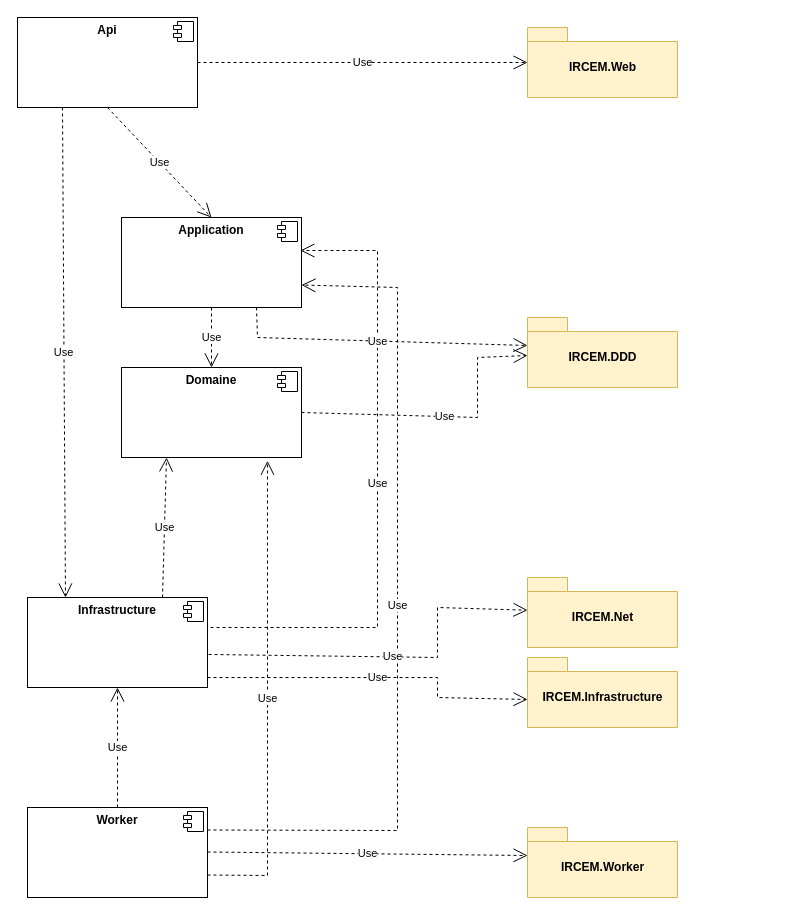
franck-gaspoz/DDD keeps this draw.io diagram as dépendances projets - nugets.drawio. Above is the earlier version. Source tidied: cells renumbered, new cells numbered last; positions are measured from the earlier drawing's top-left corner, leaving out a move shared by most shapes. Both pictures are drawn from the tidied source at 100%, with x=0, y=0 at pixel (17, 17).
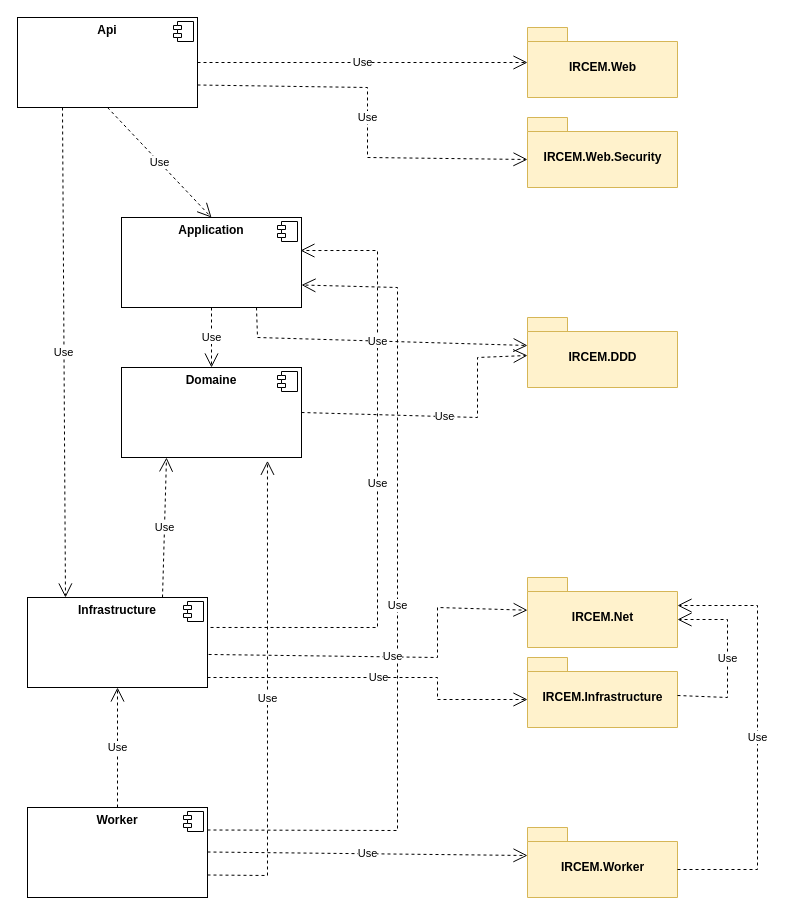
Above is the later version.

Commit message:
Mettre à jour dépendances projets - nugets.drawio

Unchanged cells that the change refers to:
```xml
<mxCell id="2" value="&lt;p style=&quot;margin:0px;margin-top:6px;text-align:center;&quot;&gt;&lt;b&gt;Api&lt;/b&gt;&lt;/p&gt;&lt;p style=&quot;margin:0px;margin-top:6px;text-align:center;&quot;&gt;&lt;b&gt;&lt;br&gt;&lt;/b&gt;&lt;/p&gt;" style="align=left;overflow=fill;html=1;" parent="1" vertex="1">
  <mxGeometry width="180" height="90" as="geometry" />
</mxCell>
<mxCell id="17" value="IRCEM.Net&lt;br&gt;" style="shape=folder;fontStyle=1;spacingTop=10;tabWidth=40;tabHeight=14;tabPosition=left;html=1;fillColor=#fff2cc;strokeColor=#d6b656;" parent="1" vertex="1">
  <mxGeometry x="510" y="560" width="150" height="70" as="geometry" />
</mxCell>
<mxCell id="18" value="IRCEM.Infrastructure&lt;br&gt;" style="shape=folder;fontStyle=1;spacingTop=10;tabWidth=40;tabHeight=14;tabPosition=left;html=1;fillColor=#fff2cc;strokeColor=#d6b656;" parent="1" vertex="1">
  <mxGeometry x="510" y="640" width="150" height="70" as="geometry" />
</mxCell>
<mxCell id="19" value="IRCEM.Worker&lt;br&gt;" style="shape=folder;fontStyle=1;spacingTop=10;tabWidth=40;tabHeight=14;tabPosition=left;html=1;fillColor=#fff2cc;strokeColor=#d6b656;" parent="1" vertex="1">
  <mxGeometry x="510" y="810" width="150" height="70" as="geometry" />
</mxCell>
```

The edit, as a diff of the source:
```diff
@@
     <mxCell id="29" value="Use" style="endArrow=open;endSize=12;dashed=1;html=1;rounded=0;entryX=0;entryY=0;entryDx=0;entryDy=42;entryPerimeter=0;" parent="1" edge="1" target="18">
       <mxGeometry relative="1" as="geometry">
         <mxPoint x="190" y="660" as="sourcePoint" />
         <Array as="points">
           <mxPoint x="420" y="660" />
-          <mxPoint x="420" y="680" />
+          <mxPoint x="420" y="682" />
         </Array>
       </mxGeometry>
     </mxCell>
@@
+    <mxCell id="31" value="Use" style="endArrow=open;endSize=12;dashed=1;html=1;rounded=0;entryX=0;entryY=0;entryDx=150;entryDy=42;entryPerimeter=0;" parent="1" edge="1" source="18" target="17">
+      <mxGeometry relative="1" as="geometry">
+        <Array as="points">
+          <mxPoint x="710" y="680" />
+          <mxPoint x="710" y="602" />
+        </Array>
+      </mxGeometry>
+    </mxCell>
+    <mxCell id="32" value="Use" style="endArrow=open;endSize=12;dashed=1;html=1;rounded=0;exitX=0;exitY=0;exitDx=150;exitDy=42;exitPerimeter=0;entryX=0;entryY=0;entryDx=150;entryDy=28;entryPerimeter=0;" parent="1" edge="1" source="19" target="17">
+      <mxGeometry relative="1" as="geometry">
+        <Array as="points">
+          <mxPoint x="740" y="852" />
+          <mxPoint x="740" y="588" />
+        </Array>
+      </mxGeometry>
+    </mxCell>
+    <mxCell id="33" value="IRCEM.Web.Security&lt;br&gt;" style="shape=folder;fontStyle=1;spacingTop=10;tabWidth=40;tabHeight=14;tabPosition=left;html=1;fillColor=#fff2cc;strokeColor=#d6b656;" parent="1" vertex="1">
+      <mxGeometry x="510" y="100" width="150" height="70" as="geometry" />
+    </mxCell>
+    <mxCell id="34" value="Use" style="endArrow=open;endSize=12;dashed=1;html=1;rounded=0;exitX=1;exitY=0.75;exitDx=0;exitDy=0;entryX=0;entryY=0;entryDx=0;entryDy=42;entryPerimeter=0;" parent="1" edge="1" source="2" target="33">
+      <mxGeometry relative="1" as="geometry">
+        <Array as="points">
+          <mxPoint x="350" y="70" />
+          <mxPoint x="350" y="140" />
+        </Array>
+      </mxGeometry>
+    </mxCell>
```
